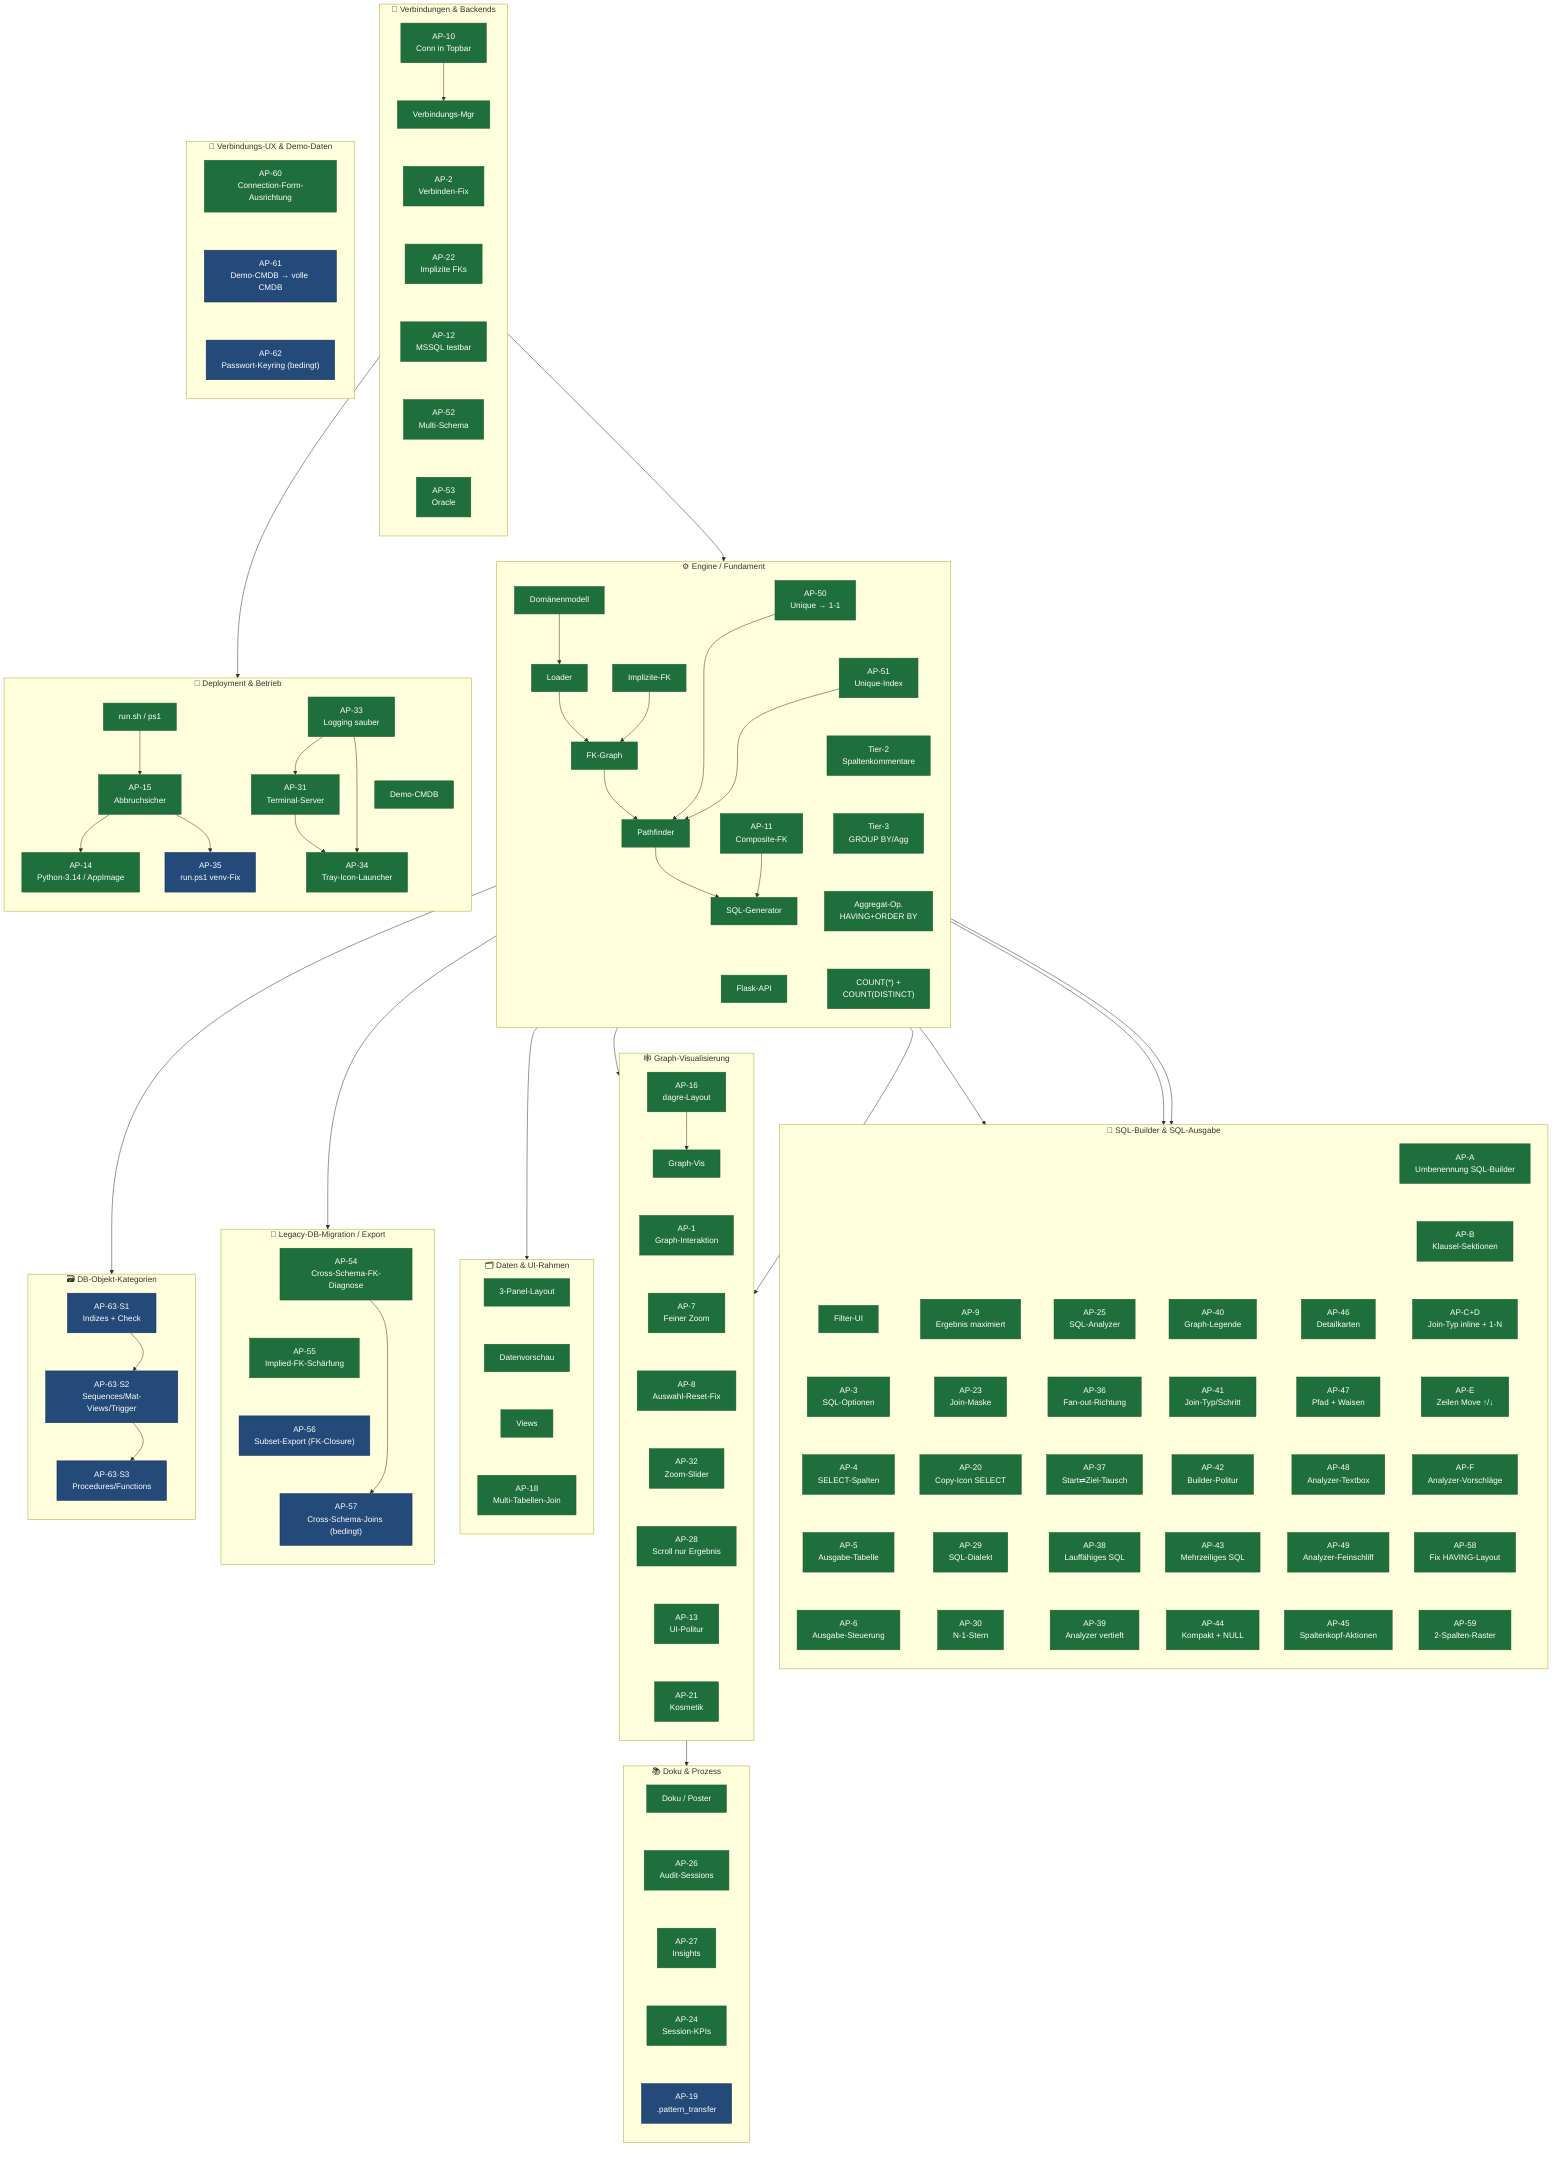
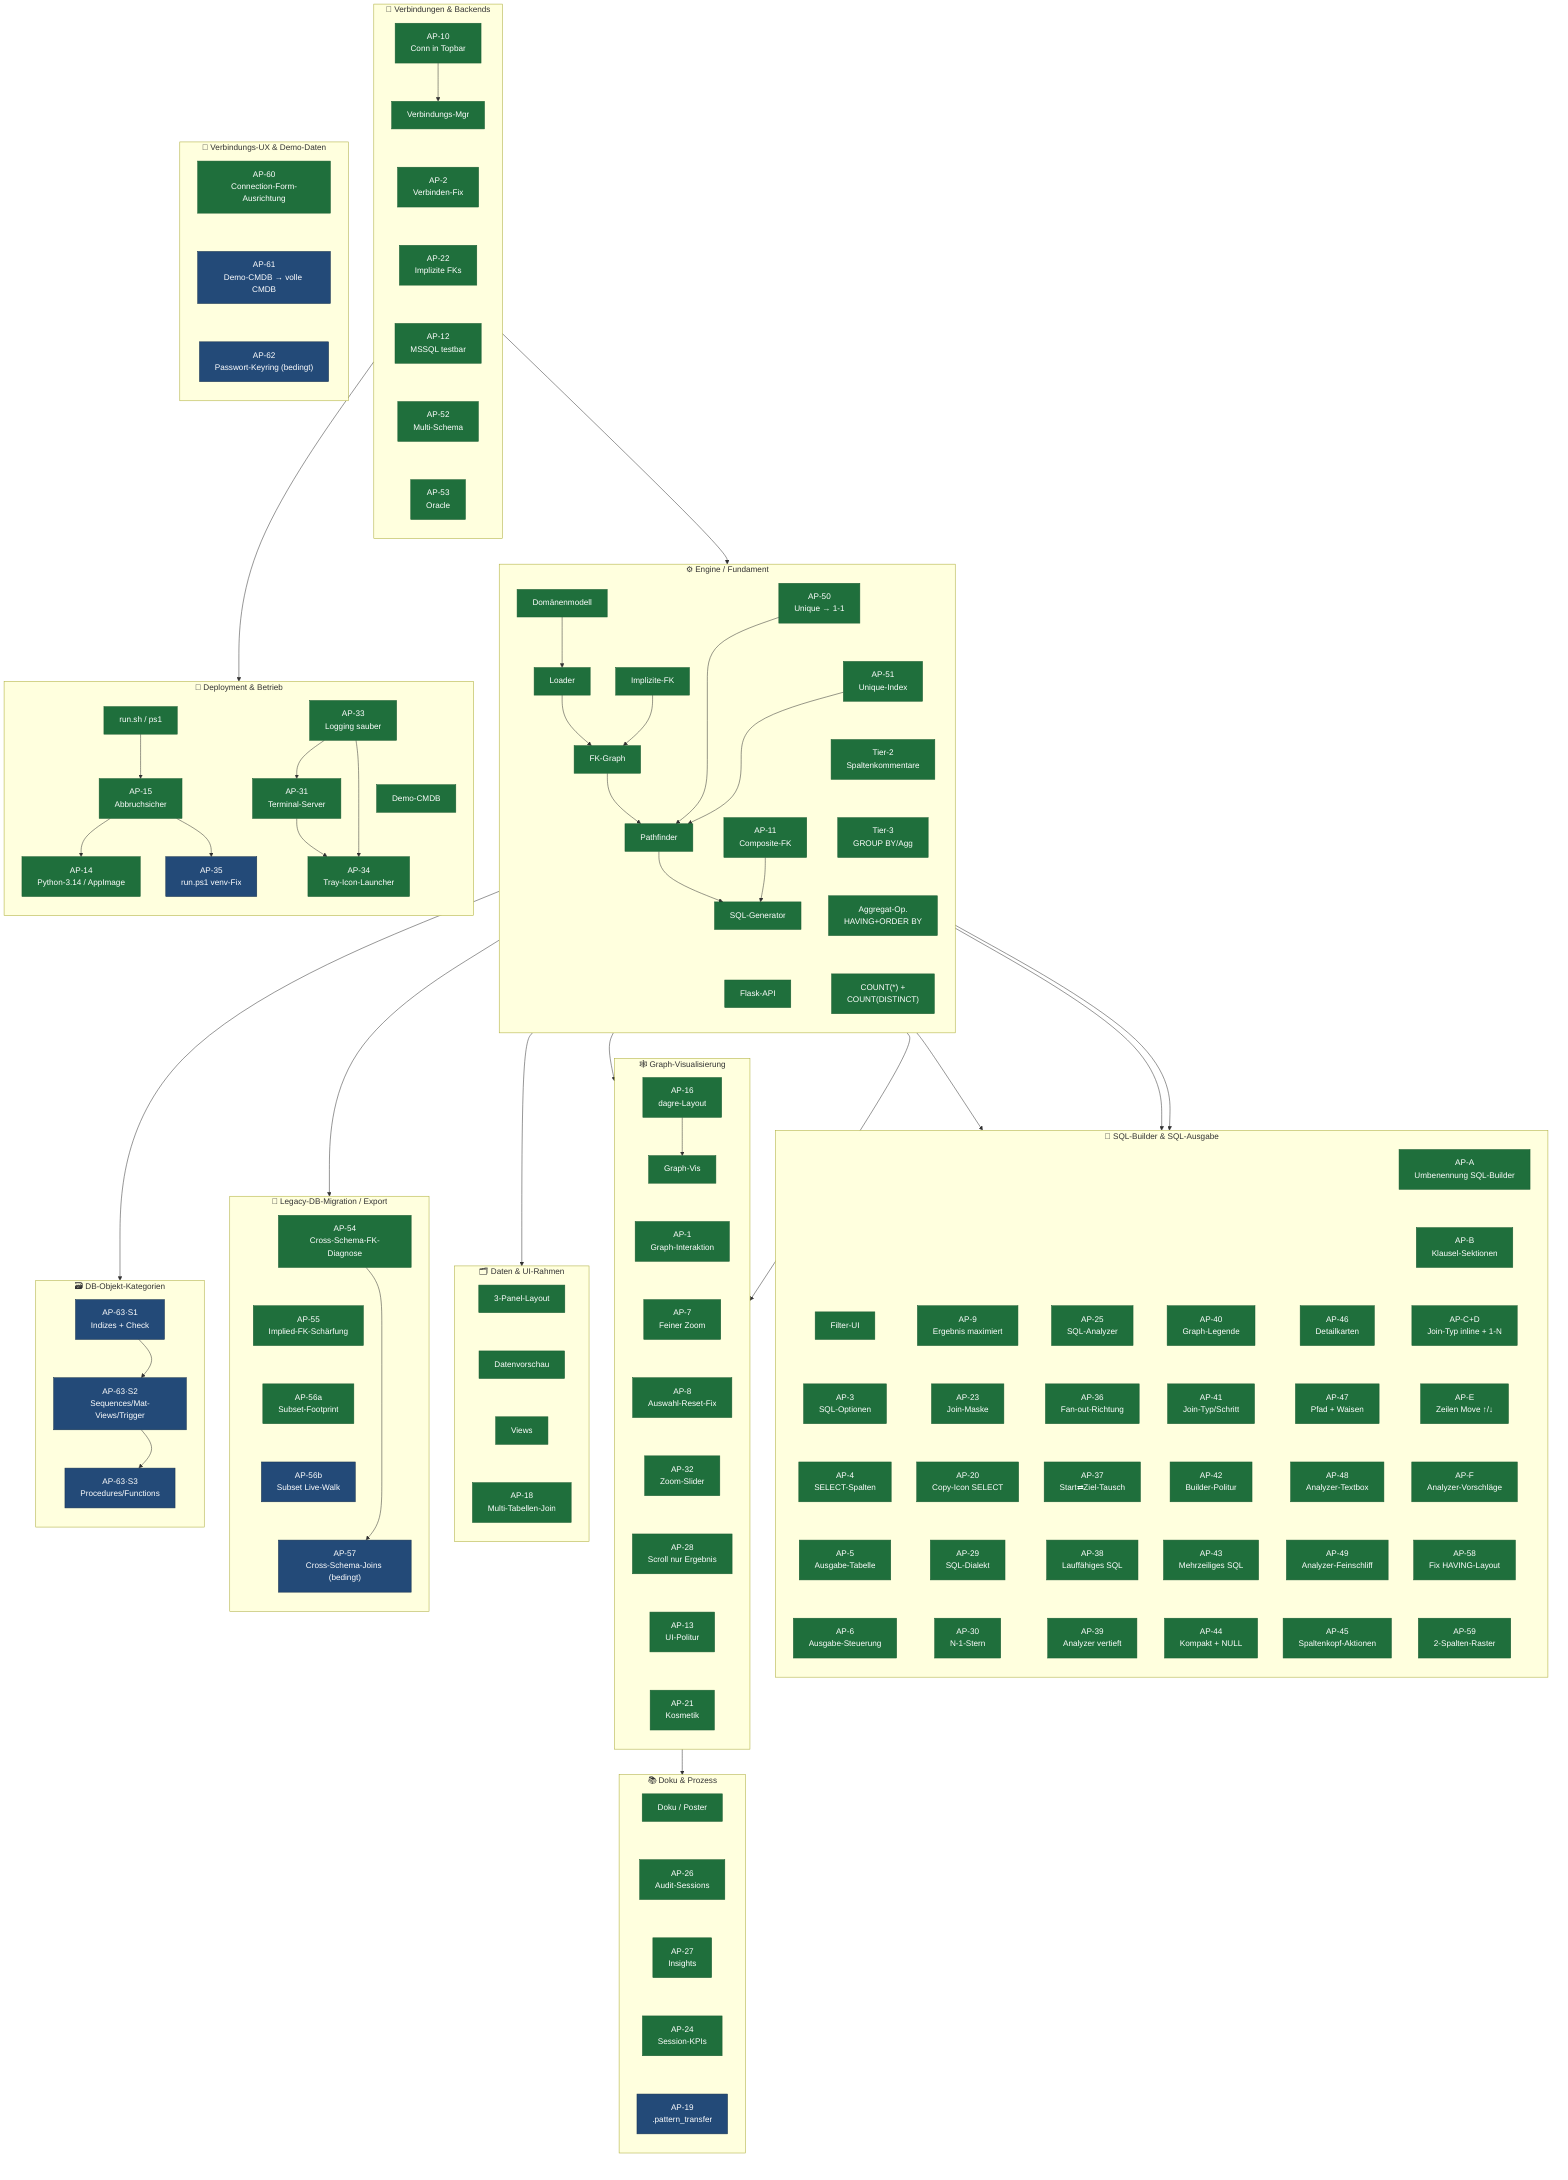
flowchart TB
    classDef done fill:#1f6f3c,color:#fff,stroke:#1a5c32,stroke-width:1px
    classDef plan fill:#234a78,color:#fff,stroke:#16314f,stroke-width:1px

    %% ── C1 · Engine / Fundament ──────────────────────────────────────────
    subgraph C1["⚙️  Engine / Fundament"]
        direction TB
        E1["Domänenmodell"]
        E2["Loader"]
        E3["FK-Graph"]
        E4["Pathfinder"]
        E5["SQL-Generator"]
        E6["Flask-API"]
        E7["AP-11\nComposite-FK"]
        E8["Implizite-FK"]
        E9["AP-50\nUnique → 1-1"]
        E10["AP-51\nUnique-Index"]
        E11["Tier-2\nSpaltenkommentare"]
        E12["Tier-3\nGROUP BY/Agg"]
        E13["Aggregat-Op.\nHAVING+ORDER BY"]
        E14["COUNT(*) +\nCOUNT(DISTINCT)"]
        E1 --> E2 --> E3 --> E4 --> E5
        E7 --> E5
        E8 --> E3
        E9 --> E4
        E10 --> E4
        E5 ~~~ E6
        E9 ~~~ E10
        E10 ~~~ E11
        E11 ~~~ E12
        E12 ~~~ E13
        E13 ~~~ E14
    end

    %% ── C2 · Verbindungen & Backends ─────────────────────────────────────
    subgraph C2["🔌  Verbindungen & Backends"]
        direction TB
        V1["Verbindungs-Mgr"]
        V2["AP-2\nVerbinden-Fix"]
        V3["AP-10\nConn in Topbar"]
        V4["AP-12\nMSSQL testbar"]
        V5["AP-22\nImplizite FKs"]
        V6["AP-52\nMulti-Schema"]
        V7["AP-53\nOracle"]
        V3 --> V1
        V1 ~~~ V2 ~~~ V5 ~~~ V4 ~~~ V6 ~~~ V7
    end

    %% ── C3 · SQL-Builder & SQL-Ausgabe ──────────────────────────────────
    subgraph C3["🧩  SQL-Builder & SQL-Ausgabe"]
        direction TB
        J1["Filter-UI"]
        J2["AP-3\nSQL-Optionen"]
        J3["AP-4\nSELECT-Spalten"]
        J4["AP-5\nAusgabe-Tabelle"]
        J5["AP-6\nAusgabe-Steuerung"]
        J6["AP-9\nErgebnis maximiert"]
        J7["AP-23\nJoin-Maske"]
        J8["AP-20\nCopy-Icon SELECT"]
        J9["AP-29\nSQL-Dialekt"]
        J10["AP-30\nN-1-Stern"]
        J11["AP-25\nSQL-Analyzer"]
        J12["AP-36\nFan-out-Richtung"]
        J13["AP-37\nStart⇄Ziel-Tausch"]
        J14["AP-38\nLauffähiges SQL"]
        J15["AP-39\nAnalyzer vertieft"]
        J16["AP-40\nGraph-Legende"]
        J17["AP-41\nJoin-Typ/Schritt"]
        J18["AP-42\nBuilder-Politur"]
        J19["AP-43\nMehrzeiliges SQL"]
        J20["AP-44\nKompakt + NULL"]
        J21["AP-46\nDetailkarten"]
        J22["AP-47\nPfad + Waisen"]
        J23["AP-48\nAnalyzer-Textbox"]
        J24["AP-49\nAnalyzer-Feinschliff"]
        J25["AP-45\nSpaltenkopf-Aktionen"]
        J26["AP-A\nUmbenennung SQL-Builder"]
        J27["AP-B\nKlausel-Sektionen"]
        J28["AP-C+D\nJoin-Typ inline + 1-N"]
        J29["AP-E\nZeilen Move ↑/↓"]
        J30["AP-F\nAnalyzer-Vorschläge"]
        J31["AP-58\nFix HAVING-Layout"]
        J32["AP-59\n2-Spalten-Raster"]
        %% In 5 parallele Spalten gepackt (statt einer 25-Boxen-Säule) → kompaktes Gitter
        J1 ~~~ J2 ~~~ J3 ~~~ J4 ~~~ J5
        J6 ~~~ J7 ~~~ J8 ~~~ J9 ~~~ J10
        J11 ~~~ J12 ~~~ J13 ~~~ J14 ~~~ J15
        J16 ~~~ J17 ~~~ J18 ~~~ J19 ~~~ J20
        J21 ~~~ J22 ~~~ J23 ~~~ J24 ~~~ J25
        J26 ~~~ J27 ~~~ J28 ~~~ J29 ~~~ J30 ~~~ J31 ~~~ J32
    end

    %% ── C4 · Graph-Visualisierung ────────────────────────────────────────
    subgraph C4["🕸️  Graph-Visualisierung"]
        direction TB
        G1["Graph-Vis"]
        G2["AP-1\nGraph-Interaktion"]
        G3["AP-7\nFeiner Zoom"]
        G4["AP-8\nAuswahl-Reset-Fix"]
        G5["AP-16\ndagre-Layout"]
        G6["AP-32\nZoom-Slider"]
        G7["AP-28\nScroll nur Ergebnis"]
        G8["AP-13\nUI-Politur"]
        G9["AP-21\nKosmetik"]
        G5 --> G1
        G1 ~~~ G2 ~~~ G3 ~~~ G4 ~~~ G6 ~~~ G7 ~~~ G8 ~~~ G9
    end

    %% ── C5 · Daten & UI-Rahmen ───────────────────────────────────────────
    subgraph C5["🗂️  Daten & UI-Rahmen"]
        direction TB
        D1["3-Panel-Layout"]
        D2["Datenvorschau"]
        D3["Views"]
        D4["AP-18\nMulti-Tabellen-Join"]
        D1 ~~~ D2 ~~~ D3 ~~~ D4
    end

    %% ── C6 · Deployment & Betrieb ────────────────────────────────────────
    subgraph C6["🚀  Deployment & Betrieb"]
        direction TB
        B1["Demo-CMDB"]
        B2["run.sh / ps1"]
        B3["AP-15\nAbbruchsicher"]
        B4["AP-14\nPython-3.14 / AppImage"]
        B5["AP-35\nrun.ps1 venv-Fix"]
        B7["AP-31\nTerminal-Server"]
        B8["AP-33\nLogging sauber"]
        B9["AP-34\nTray-Icon-Launcher"]
        B2 --> B3
        B3 --> B4
        B3 --> B5
        B8 --> B7
        B7 --> B9
        B8 --> B9
        B1 ~~~ B9
    end

    %% ── C7 · Doku & Prozess ──────────────────────────────────────────────
    subgraph C7["📚  Doku & Prozess"]
        direction TB
        K1["Doku / Poster"]
        K2["AP-26\nAudit-Sessions"]
        K3["AP-27\nInsights"]
        K5["AP-24\nSession-KPIs"]
        K4["AP-19\n.pattern_transfer"]
        K1 ~~~ K2 ~~~ K3 ~~~ K5 ~~~ K4
    end

    %% ── C8 · Legacy-DB-Migration / Export (geplant) ──────────────────────
    subgraph C8["🧬  Legacy-DB-Migration / Export"]
        direction TB
        M1["AP-54\nCross-Schema-FK-Diagnose"]
        M2["AP-55\nImplied-FK-Schärfung"]
-         M3["AP-56\nSubset-Export (FK-Closure)"]
+         M3["AP-56a\nSubset-Footprint"]
+         M3b["AP-56b\nSubset Live-Walk"]
        M4["AP-57\nCross-Schema-Joins (bedingt)"]
-         M1 ~~~ M2 ~~~ M3 ~~~ M4
+         M1 ~~~ M2 ~~~ M3 ~~~ M3b ~~~ M4
    end

    %% ── C9 · DB-Objekt-Kategorien (geplant) ──────────────────────────────
    subgraph C9["🗃️  DB-Objekt-Kategorien"]
        direction TB
        O1["AP-63·S1\nIndizes + Check"]
        O2["AP-63·S2\nSequences/Mat-Views/Trigger"]
        O3["AP-63·S3\nProcedures/Functions"]
        O1 ~~~ O2 ~~~ O3
    end

    %% ── C10 · Verbindungs-UX & Demo-Daten (geplant) ──────────────────────
    subgraph C10["🔧  Verbindungs-UX & Demo-Daten"]
        direction TB
        P1["AP-60\nConnection-Form-Ausrichtung"]
        P2["AP-61\nDemo-CMDB → volle CMDB"]
        P3["AP-62\nPasswort-Keyring (bedingt)"]
        P1 ~~~ P2 ~~~ P3
    end

    %% ── Cluster-übergreifende Abhängigkeiten ─────────────────────────────
    V1 --> E2
    M1 --> M4
    E2 --> M1
    E2 --> O1
    O1 --> O2 --> O3
    E5 --> J1
    E5 --> J9
    E5 --> J11
    E4 --> G2
    E3 --> G1
    E6 --> D1
    V4 --> B7
    G5 --> K2

    class E1,E2,E3,E4,E5,E6,E7,E8,E9,E10,E11,E12,E13,E14 done
    class V1,V2,V3,V4,V5,V6,V7 done
    class J1,J2,J3,J4,J5,J6,J7,J8,J9,J10,J11,J12,J13,J14,J15,J16,J17,J18,J19,J20,J21,J22,J23,J24,J25,J26,J27,J28,J29,J30,J31,J32 done
    class G1,G2,G3,G4,G5,G6,G7,G8,G9 done
    class D1,D2,D3,D4 done
    class B1,B2,B3,B4,B7,B8,B9 done
    class B5 plan
    class K1,K2,K3,K5 done
    class K4 plan
-     class M3,M4 plan
+     class M3 done
+     class M3b,M4 plan
    class M2 done
    class M1 done
    class O1,O2,O3 plan
    class P2,P3 plan
    class P1 done
